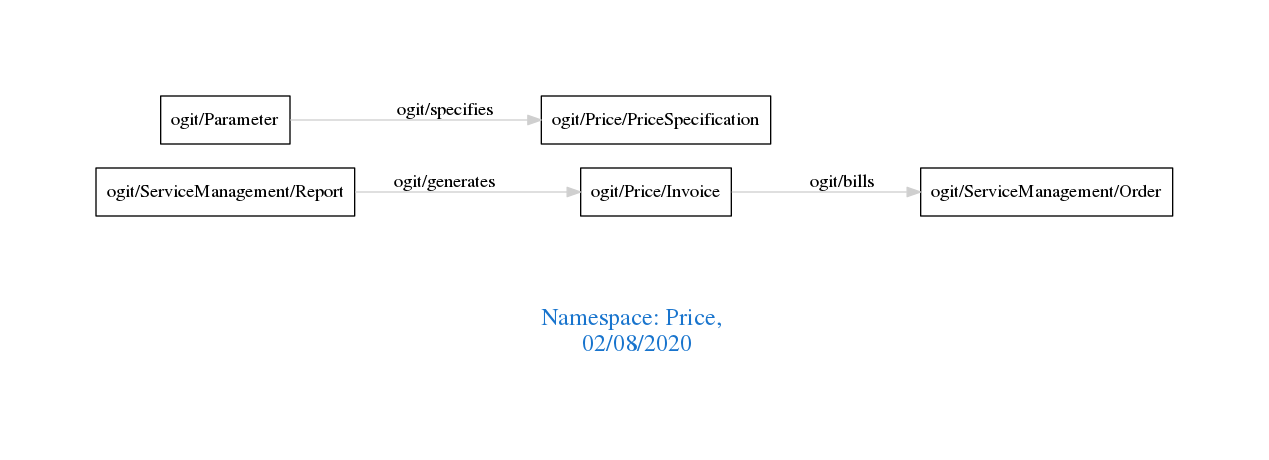
Before: downloads/Price.png, a diagram exported from Graphviz (arago/OGIT). Its source is kept beside it as downloads/Price.dot.
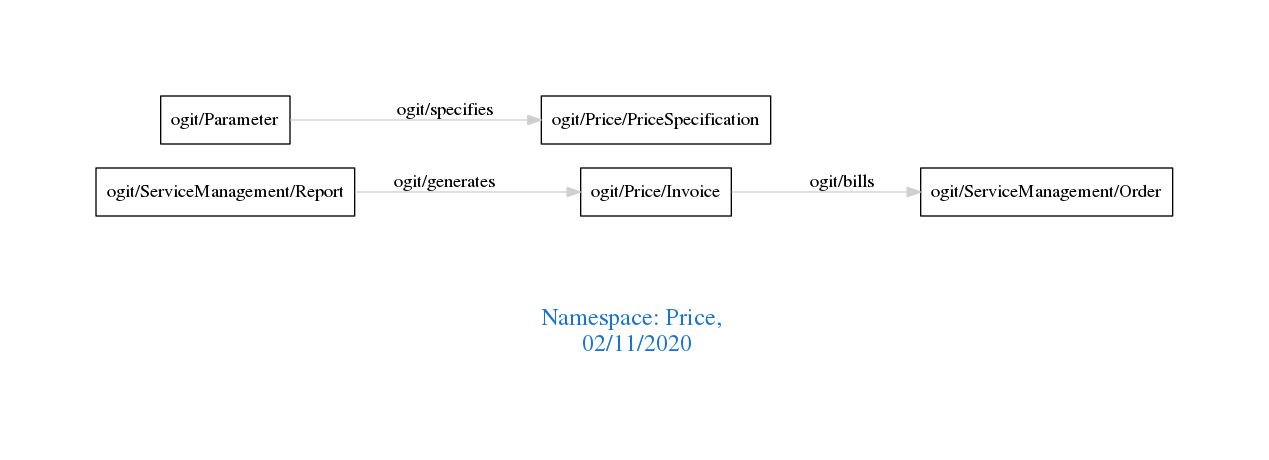
The same diagram one commit later.

What changed in the source:
```diff
@@ -1,7 +1,7 @@
 digraph OGIT_ontology {
  graph [ rankdir= LR,pad=1
 fontsize = 18,
-fontcolor= dodgerblue3,label = "\n\n\nNamespace: Price, \n 02/08/2020"];
+fontcolor= dodgerblue3,label = "\n\n\nNamespace: Price, \n 02/11/2020"];
 node[shape=polygon];
 edge [  color="gray81"];
 
```
